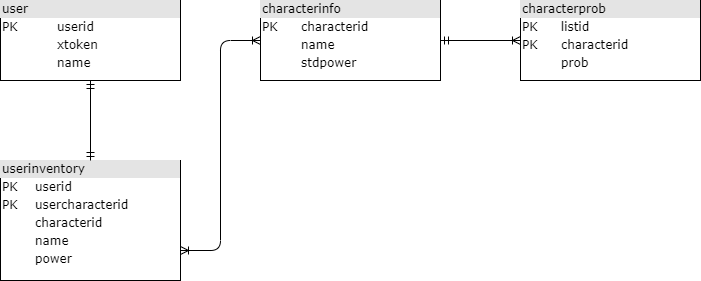
This is ER図.png from Rabishop/techtrain, a draw.io export, as it was before one commit. Source tidied: cells renumbered, new cells last; positions are measured from the earlier drawing's top-left corner, leaving out a move shared by most shapes.
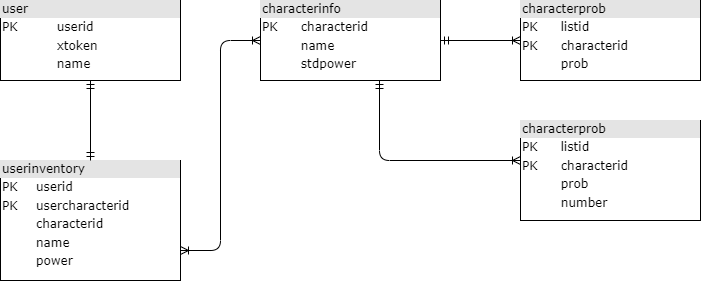
The same file after the commit.

What changed in the source:
```diff
@@ -23,5 +23,17 @@
     <mxCell id="8" style="edgeStyle=orthogonalEdgeStyle;html=1;entryX=0;entryY=0.5;labelBackgroundColor=none;startArrow=ERmandOne;endArrow=ERoneToMany;fontFamily=Verdana;fontSize=12;align=left;endFill=0;exitX=1;exitY=0.5;exitDx=0;exitDy=0;entryDx=0;entryDy=0;" parent="1" edge="1" source="5" target="7">
       <mxGeometry relative="1" as="geometry" />
     </mxCell>
+    <mxCell id="9" style="edgeStyle=orthogonalEdgeStyle;html=1;labelBackgroundColor=none;startArrow=ERmandOne;endArrow=ERoneToMany;fontFamily=Verdana;fontSize=12;align=left;endFill=0;" parent="1" edge="1">
+      <mxGeometry relative="1" as="geometry">
+        <mxPoint x="379" y="80" as="sourcePoint" />
+        <mxPoint x="520" y="160" as="targetPoint" />
+        <Array as="points">
+          <mxPoint x="379" y="160" />
+        </Array>
+      </mxGeometry>
+    </mxCell>
+    <mxCell id="10" value="&lt;div style=&quot;box-sizing:border-box;width:100%;background:#e4e4e4;padding:2px;&quot;&gt;characterprob&lt;/div&gt;&lt;table style=&quot;width:100%;font-size:1em;&quot; cellpadding=&quot;2&quot; cellspacing=&quot;0&quot;&gt;&lt;tbody&gt;&lt;tr&gt;&lt;td&gt;PK&lt;/td&gt;&lt;td&gt;listid&lt;/td&gt;&lt;/tr&gt;&lt;tr&gt;&lt;td&gt;PK&lt;/td&gt;&lt;td&gt;characterid&lt;/td&gt;&lt;/tr&gt;&lt;tr&gt;&lt;td&gt;&lt;/td&gt;&lt;td&gt;prob&lt;/td&gt;&lt;/tr&gt;&lt;tr&gt;&lt;td&gt;&lt;br&gt;&lt;/td&gt;&lt;td&gt;number&lt;/td&gt;&lt;/tr&gt;&lt;/tbody&gt;&lt;/table&gt;" style="verticalAlign=top;align=left;overflow=fill;html=1;rounded=0;shadow=0;comic=0;labelBackgroundColor=none;strokeWidth=1;fontFamily=Verdana;fontSize=12;" parent="1" vertex="1">
+      <mxGeometry x="520" y="120" width="180" height="100" as="geometry" />
+    </mxCell>
   </root>
 </mxGraphModel>
```
